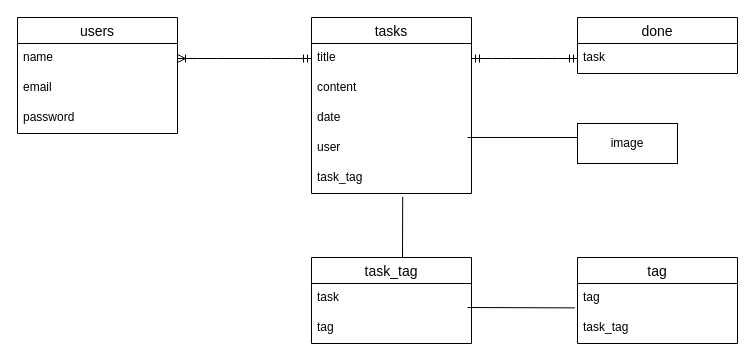
This is task.dio from sugimotohayato/task_app, a draw.io file, before an edit. Source tidied: cells renumbered, new cells numbered last; positions are measured from the earlier drawing's top-left corner, leaving out a move shared by most shapes. Both pictures are drawn from the tidied source at 100%, with x=0, y=0 at pixel (17, 17).
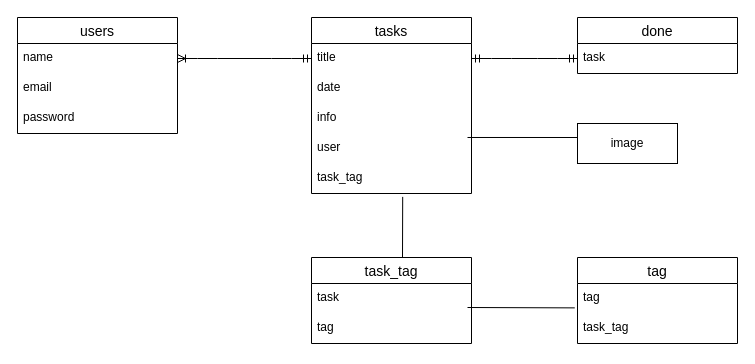
The same diagram, later.

Unchanged cells that the change refers to:
```xml
<mxCell id="6" value="tasks" style="swimlane;fontStyle=0;horizontal=1;startSize=26;align=center;fontSize=14;" parent="1" vertex="1">
  <mxGeometry x="294" width="160" height="176" as="geometry" />
</mxCell>
```

The edit, as a diff of the source:
```diff
@@
-    <mxCell id="8" value="content" style="text;strokeColor=none;fillColor=none;spacingLeft=4;spacingRight=4;overflow=hidden;fontSize=12;" parent="6" vertex="1">
+    <mxCell id="8" value="date" style="text;strokeColor=none;fillColor=none;spacingLeft=4;spacingRight=4;overflow=hidden;fontSize=12;" parent="6" vertex="1">
       <mxGeometry y="56" width="160" height="30" as="geometry" />
     </mxCell>
-    <mxCell id="9" value="date" style="text;strokeColor=none;fillColor=none;spacingLeft=4;spacingRight=4;overflow=hidden;fontSize=12;" parent="6" vertex="1">
+    <mxCell id="9" value="info" style="text;strokeColor=none;fillColor=none;spacingLeft=4;spacingRight=4;overflow=hidden;fontSize=12;" parent="6" vertex="1">
       <mxGeometry y="86" width="160" height="30" as="geometry" />
     </mxCell>
```
